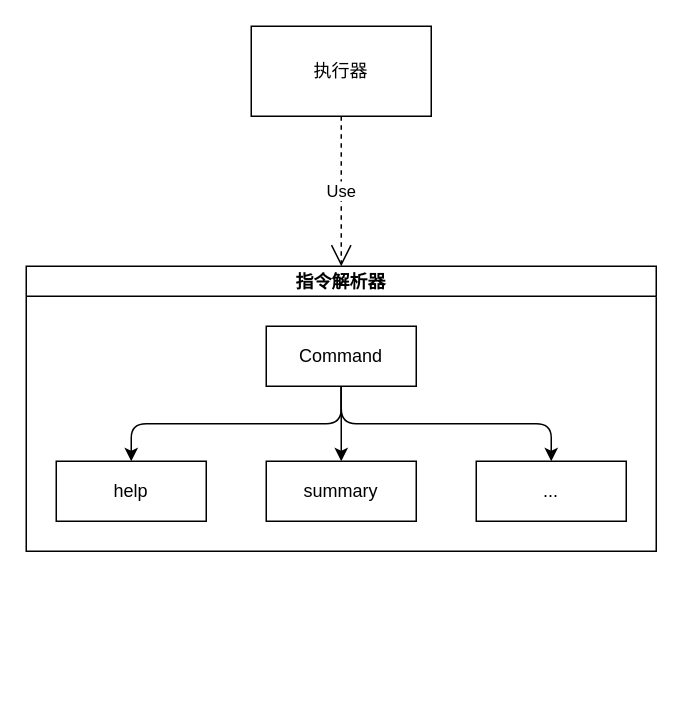
This is 记录机器人开始和结束时间-责任链+策略模式.drawio from FlyThroughAir/DrawHere, a draw.io file, before an edit. Source tidied: cells renumbered, new cells numbered last; positions are measured from the earlier drawing's top-left corner, leaving out a move shared by most shapes. Both pictures are drawn from the tidied source at 150%, with x=0, y=0 at pixel (26, 26).
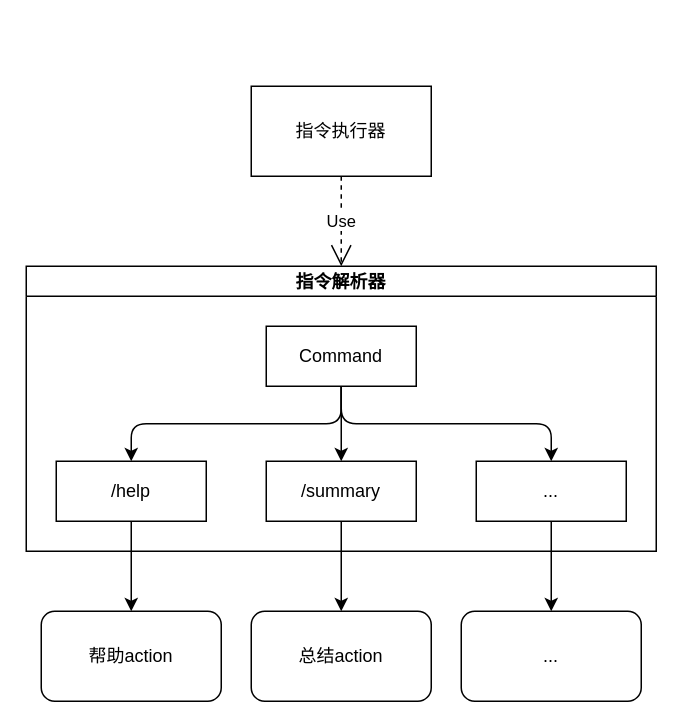
After the change.

Commit message (it also covers changes not shown here):
更新记录机器人开始和结束时间-责任链+策略模式.drawio

Diff of the diagram source:
```diff
@@
 <mxGraphModel>
   <root>
     <mxCell id="0" />
     <mxCell id="1" parent="0" />
     <mxCell id="2" value="指令解析器" style="swimlane;startSize=20;horizontal=1;horizontalTree=0;sortEdges=1;containerType=tree;fontSize=12;" parent="1" vertex="1">
       <mxGeometry y="160" width="420" height="190" as="geometry" />
     </mxCell>
     <mxCell id="3" value="Command" style="whiteSpace=wrap;html=1;" parent="2" vertex="1">
       <mxGeometry x="160" y="40" width="100" height="40" as="geometry" />
     </mxCell>
-    <mxCell id="4" value="help" style="whiteSpace=wrap;html=1;" parent="2" vertex="1">
+    <mxCell id="4" value="/help" style="whiteSpace=wrap;html=1;" parent="2" vertex="1">
       <mxGeometry x="20" y="130" width="100" height="40" as="geometry" />
     </mxCell>
     <mxCell id="5" style="edgeStyle=elbowEdgeStyle;elbow=vertical;html=1;rounded=1;curved=0;sourcePerimeterSpacing=0;targetPerimeterSpacing=0;startSize=6;endSize=6;" parent="2" edge="1" source="3" target="4">
       <mxGeometry relative="1" as="geometry" />
     </mxCell>
-    <mxCell id="6" value="summary" style="whiteSpace=wrap;html=1;" parent="2" vertex="1">
+    <mxCell id="6" value="/summary" style="whiteSpace=wrap;html=1;" parent="2" vertex="1">
       <mxGeometry x="160" y="130" width="100" height="40" as="geometry" />
     </mxCell>
     <mxCell id="7" style="edgeStyle=elbowEdgeStyle;elbow=vertical;html=1;rounded=1;curved=0;sourcePerimeterSpacing=0;targetPerimeterSpacing=0;startSize=6;endSize=6;" parent="2" edge="1" source="3" target="6">
       <mxGeometry relative="1" as="geometry" />
     </mxCell>
     <mxCell id="8" style="edgeStyle=orthogonalEdgeStyle;rounded=1;jettySize=auto;html=1;strokeColor=default;align=center;verticalAlign=middle;fontFamily=Helvetica;fontSize=11;fontColor=default;labelBackgroundColor=default;elbow=vertical;startSize=6;endArrow=classic;endSize=6;sourcePerimeterSpacing=0;targetPerimeterSpacing=0;curved=0;exitX=0.5;exitY=1;exitDx=0;exitDy=0;" parent="2" edge="1" source="3" target="9">
       <mxGeometry relative="1" as="geometry" />
     </mxCell>
     <mxCell id="9" value="..." style="whiteSpace=wrap;html=1;" parent="2" vertex="1">
       <mxGeometry x="300" y="130" width="100" height="40" as="geometry" />
     </mxCell>
-    <mxCell id="10" value="执行器" style="rounded=0;whiteSpace=wrap;html=1;" parent="1" vertex="1">
-      <mxGeometry x="150" width="120" height="60" as="geometry" />
+    <mxCell id="10" value="指令执行器" style="rounded=0;whiteSpace=wrap;html=1;" parent="1" vertex="1">
+      <mxGeometry x="150" y="40" width="120" height="60" as="geometry" />
     </mxCell>
     <mxCell id="11" value="Use" style="endArrow=open;endSize=12;dashed=1;html=1;rounded=0;entryX=0.5;entryY=0;entryDx=0;entryDy=0;exitX=0.5;exitY=1;exitDx=0;exitDy=0;" parent="1" edge="1" source="10" target="2">
       <mxGeometry relative="1" as="geometry" />
     </mxCell>
+    <mxCell id="12" value="帮助action" style="rounded=1;whiteSpace=wrap;html=1;" parent="1" vertex="1">
+      <mxGeometry x="10" y="390" width="120" height="60" as="geometry" />
+    </mxCell>
+    <mxCell id="13" style="edgeStyle=orthogonalEdgeStyle;rounded=0;jettySize=auto;html=1;" parent="1" edge="1" source="4" target="12">
+      <mxGeometry relative="1" as="geometry" />
+    </mxCell>
+    <mxCell id="14" value="总结action" style="rounded=1;whiteSpace=wrap;html=1;" parent="1" vertex="1">
+      <mxGeometry x="150" y="390" width="120" height="60" as="geometry" />
+    </mxCell>
+    <mxCell id="15" style="edgeStyle=orthogonalEdgeStyle;rounded=0;jettySize=auto;html=1;" parent="1" edge="1" source="6" target="14">
+      <mxGeometry relative="1" as="geometry" />
+    </mxCell>
+    <mxCell id="16" value="..." style="rounded=1;whiteSpace=wrap;html=1;" parent="1" vertex="1">
+      <mxGeometry x="290" y="390" width="120" height="60" as="geometry" />
+    </mxCell>
+    <mxCell id="17" style="edgeStyle=orthogonalEdgeStyle;rounded=0;jettySize=auto;html=1;" parent="1" edge="1" source="9" target="16">
+      <mxGeometry relative="1" as="geometry" />
+    </mxCell>
   </root>
 </mxGraphModel>
```
